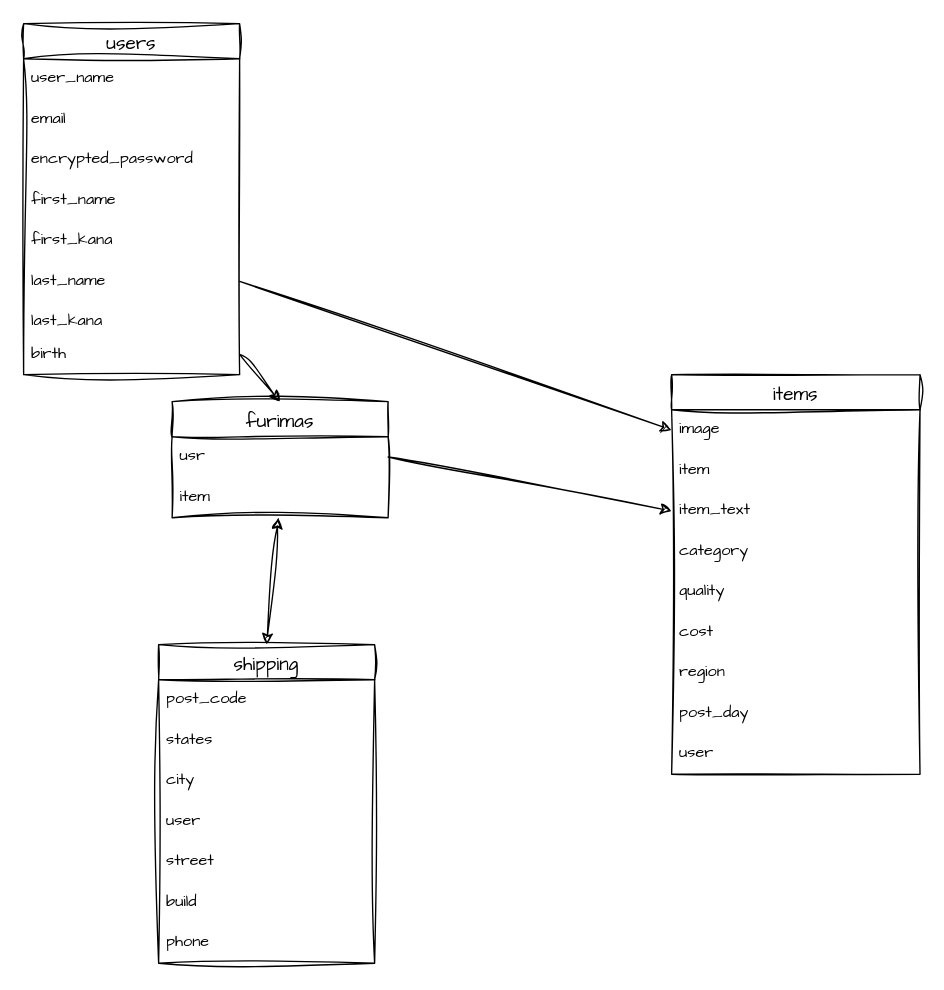
Earlier version of the draw.io diagram furima.dio (tyabashira/furima-39711). Source tidied: cells renumbered, new cells numbered last; positions are measured from the earlier drawing's top-left corner, leaving out a move shared by most shapes. Both pictures are drawn from the tidied source at 135%, with x=0, y=0 at pixel (23, 23).
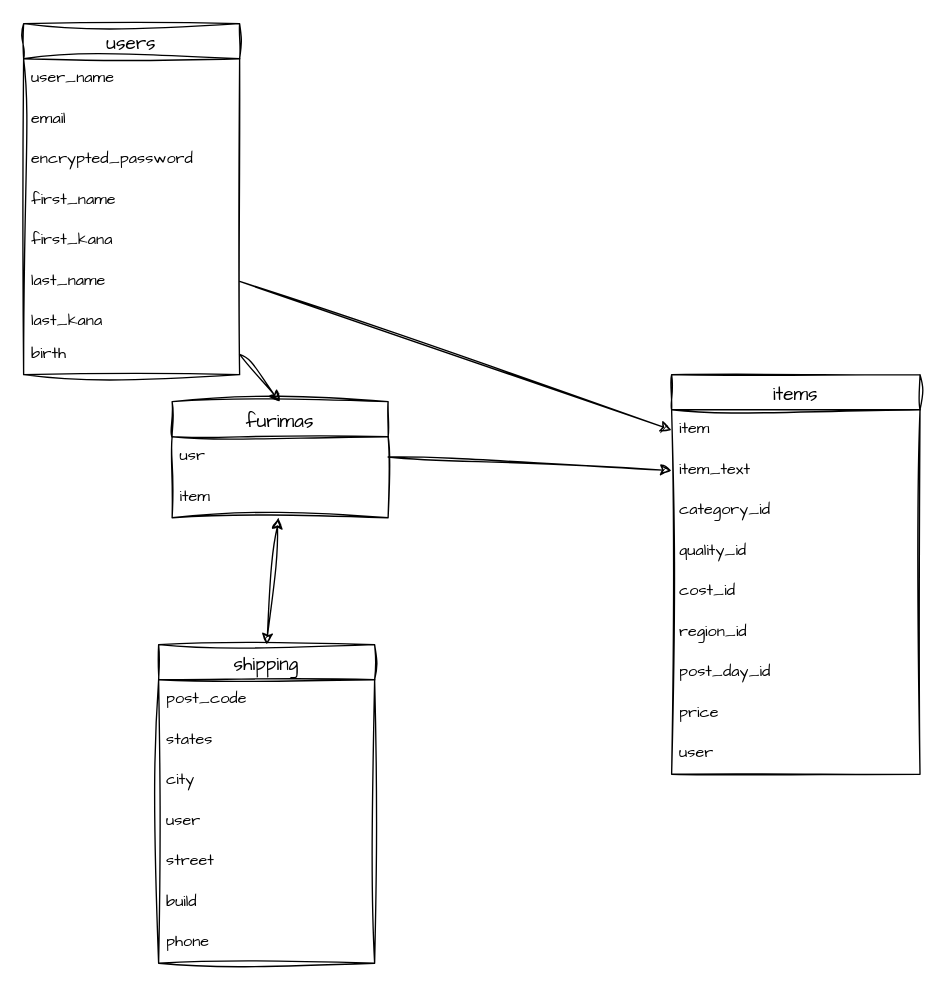
After the change.

The change refers to these unchanged cells:
```xml
<mxCell id="8" value="last_name" style="text;strokeColor=none;fillColor=none;spacingLeft=4;spacingRight=4;overflow=hidden;points=[[0,0.5],[1,0.5]];portConstraint=eastwest;fontSize=12;sketch=1;hachureGap=4;jiggle=2;curveFitting=1;fontFamily=Architects Daughter;" parent="2" vertex="1">
  <mxGeometry y="176" width="160" height="30" as="geometry" />
</mxCell>
<mxCell id="22" value="items" style="swimlane;fontStyle=0;horizontal=1;startSize=26;align=center;fontSize=14;sketch=1;hachureGap=4;jiggle=2;curveFitting=1;fontFamily=Architects Daughter;" parent="1" vertex="1">
  <mxGeometry x="480" y="260" width="184" height="296" as="geometry" />
</mxCell>
```

What changed in the source:
```diff
@@
-    <mxCell id="23" value="image" style="text;strokeColor=none;fillColor=none;spacingLeft=4;spacingRight=4;overflow=hidden;points=[[0,0.5],[1,0.5]];portConstraint=eastwest;fontSize=12;sketch=1;hachureGap=4;jiggle=2;curveFitting=1;fontFamily=Architects Daughter;" parent="22" vertex="1">
-      <mxGeometry y="26" width="184" height="30" as="geometry" />
-    </mxCell>
     <mxCell id="24" value="item" style="text;strokeColor=none;fillColor=none;spacingLeft=4;spacingRight=4;overflow=hidden;fontSize=12;sketch=1;hachureGap=4;jiggle=2;curveFitting=1;fontFamily=Architects Daughter;" parent="22" vertex="1">
-      <mxGeometry y="56" width="184" height="30" as="geometry" />
+      <mxGeometry y="26" width="184" height="30" as="geometry" />
     </mxCell>
     <mxCell id="25" value="item_text" style="text;strokeColor=none;fillColor=none;spacingLeft=4;spacingRight=4;overflow=hidden;points=[[0,0.5],[1,0.5]];portConstraint=eastwest;fontSize=12;sketch=1;hachureGap=4;jiggle=2;curveFitting=1;fontFamily=Architects Daughter;" parent="22" vertex="1">
-      <mxGeometry y="86" width="184" height="30" as="geometry" />
+      <mxGeometry y="56" width="184" height="30" as="geometry" />
     </mxCell>
-    <mxCell id="26" value="category" style="text;strokeColor=none;fillColor=none;spacingLeft=4;spacingRight=4;overflow=hidden;fontSize=12;sketch=1;hachureGap=4;jiggle=2;curveFitting=1;fontFamily=Architects Daughter;" parent="22" vertex="1">
-      <mxGeometry y="116" width="184" height="30" as="geometry" />
+    <mxCell id="26" value="category_id" style="text;strokeColor=none;fillColor=none;spacingLeft=4;spacingRight=4;overflow=hidden;fontSize=12;sketch=1;hachureGap=4;jiggle=2;curveFitting=1;fontFamily=Architects Daughter;" parent="22" vertex="1">
+      <mxGeometry y="86" width="184" height="30" as="geometry" />
     </mxCell>
-    <mxCell id="27" value="quality" style="text;strokeColor=none;fillColor=none;spacingLeft=4;spacingRight=4;overflow=hidden;fontSize=12;sketch=1;hachureGap=4;jiggle=2;curveFitting=1;fontFamily=Architects Daughter;" parent="22" vertex="1">
-      <mxGeometry y="146" width="184" height="30" as="geometry" />
+    <mxCell id="27" value="quality_id" style="text;strokeColor=none;fillColor=none;spacingLeft=4;spacingRight=4;overflow=hidden;fontSize=12;sketch=1;hachureGap=4;jiggle=2;curveFitting=1;fontFamily=Architects Daughter;" parent="22" vertex="1">
+      <mxGeometry y="116" width="184" height="30" as="geometry" />
     </mxCell>
-    <mxCell id="28" value="cost" style="text;strokeColor=none;fillColor=none;spacingLeft=4;spacingRight=4;overflow=hidden;fontSize=12;sketch=1;hachureGap=4;jiggle=2;curveFitting=1;fontFamily=Architects Daughter;" parent="22" vertex="1">
-      <mxGeometry y="176" width="184" height="30" as="geometry" />
+    <mxCell id="28" value="cost_id" style="text;strokeColor=none;fillColor=none;spacingLeft=4;spacingRight=4;overflow=hidden;fontSize=12;sketch=1;hachureGap=4;jiggle=2;curveFitting=1;fontFamily=Architects Daughter;" parent="22" vertex="1">
+      <mxGeometry y="146" width="184" height="30" as="geometry" />
     </mxCell>
-    <mxCell id="29" value="region" style="text;strokeColor=none;fillColor=none;spacingLeft=4;spacingRight=4;overflow=hidden;fontSize=12;sketch=1;hachureGap=4;jiggle=2;curveFitting=1;fontFamily=Architects Daughter;" parent="22" vertex="1">
-      <mxGeometry y="206" width="184" height="30" as="geometry" />
+    <mxCell id="29" value="region_id" style="text;strokeColor=none;fillColor=none;spacingLeft=4;spacingRight=4;overflow=hidden;fontSize=12;sketch=1;hachureGap=4;jiggle=2;curveFitting=1;fontFamily=Architects Daughter;" parent="22" vertex="1">
+      <mxGeometry y="176" width="184" height="30" as="geometry" />
     </mxCell>
-    <mxCell id="30" value="post_day" style="text;strokeColor=none;fillColor=none;spacingLeft=4;spacingRight=4;overflow=hidden;fontSize=12;sketch=1;hachureGap=4;jiggle=2;curveFitting=1;fontFamily=Architects Daughter;" parent="22" vertex="1">
-      <mxGeometry y="236" width="184" height="30" as="geometry" />
+    <mxCell id="30" value="post_day_id" style="text;strokeColor=none;fillColor=none;spacingLeft=4;spacingRight=4;overflow=hidden;fontSize=12;sketch=1;hachureGap=4;jiggle=2;curveFitting=1;fontFamily=Architects Daughter;" parent="22" vertex="1">
+      <mxGeometry y="206" width="184" height="30" as="geometry" />
     </mxCell>
+    <mxCell id="36" value="price" style="text;strokeColor=none;fillColor=none;spacingLeft=4;spacingRight=4;overflow=hidden;fontSize=12;sketch=1;hachureGap=4;jiggle=2;curveFitting=1;fontFamily=Architects Daughter;" parent="22" vertex="1">
+      <mxGeometry y="236" width="184" height="30" as="geometry" />
+    </mxCell>
@@
-    <mxCell id="32" style="edgeStyle=none;sketch=1;hachureGap=4;jiggle=2;curveFitting=1;html=1;exitX=1;exitY=0.5;exitDx=0;exitDy=0;fontFamily=Architects Daughter;fontSize=16;entryX=0;entryY=0.5;entryDx=0;entryDy=0;" parent="1" edge="1" source="8" target="23">
-      <mxGeometry relative="1" as="geometry" />
+    <mxCell id="32" style="edgeStyle=none;sketch=1;hachureGap=4;jiggle=2;curveFitting=1;html=1;exitX=1;exitY=0.5;exitDx=0;exitDy=0;fontFamily=Architects Daughter;fontSize=16;entryX=0;entryY=0.5;entryDx=0;entryDy=0;" parent="1" edge="1" source="8">
+      <mxGeometry relative="1" as="geometry">
+        <mxPoint x="480" y="301" as="targetPoint" />
+      </mxGeometry>
     </mxCell>
```
